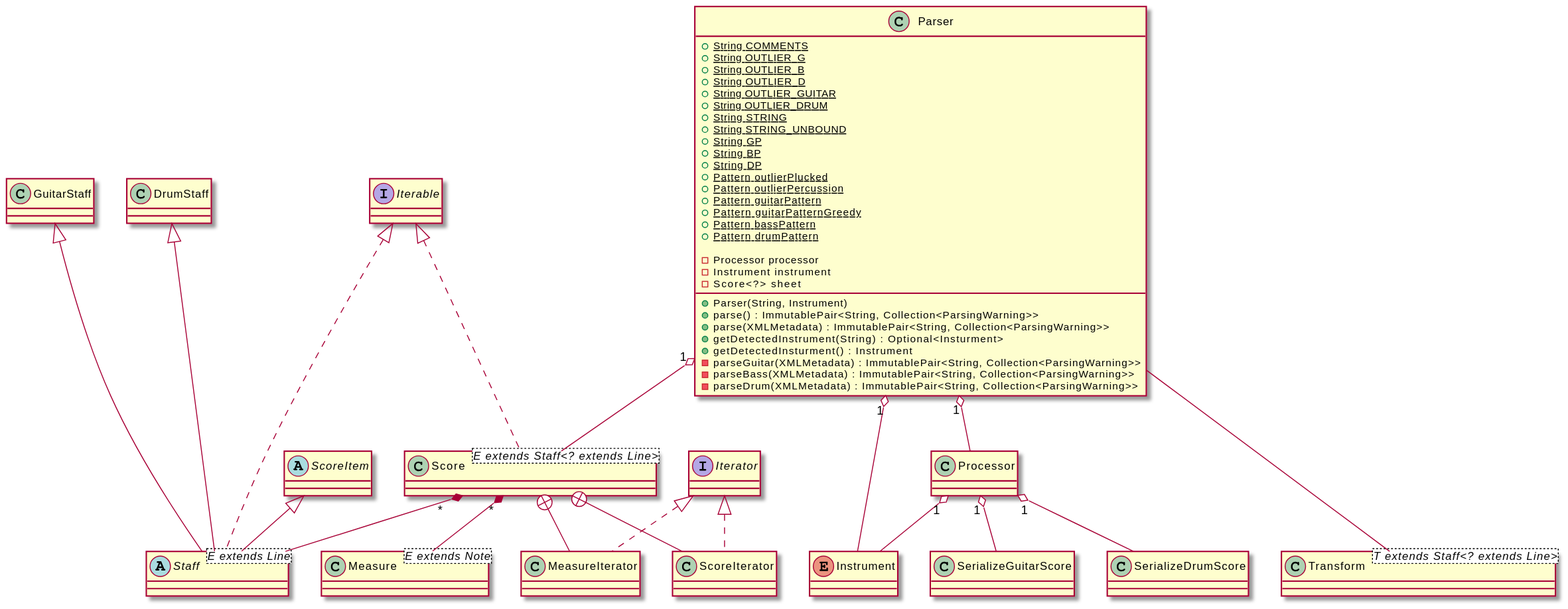
The PlantUML diagram Documentation/Diagrams/backend-parser-class-diagram-p1.svg in ahopk127/eecs2311-tab2xml, before a commit. Its diagram source:
```plantuml
@startuml
class Score<E extends Staff<? extends Line>> implements Iterable{}
abstract class Staff<E extends Line> extends ScoreItem implements Iterable{}
enum Instrument{}

class Parser {
  +{static} String COMMENTS
  +{static} String OUTLIER_G
  +{static} String OUTLIER_B
  +{static} String OUTLIER_D
  +{static} String OUTLIER_GUITAR
  +{static} String OUTLIER_DRUM
  +{static} String STRING
  +{static} String STRING_UNBOUND
  +{static} String GP
  +{static} String BP
  +{static} String DP
  +{static} Pattern outlierPlucked
  +{static} Pattern outlierPercussion
  +{static} Pattern guitarPattern
  +{static} Pattern guitarPatternGreedy
  +{static} Pattern bassPattern
  +{static} Pattern drumPattern

  -Processor processor
  -Instrument instrument
  -Score<?> sheet

  +Parser(String, Instrument)
  +parse() : ImmutablePair<String, Collection<ParsingWarning>>
  +parse(XMLMetadata) : ImmutablePair<String, Collection<ParsingWarning>>
  +getDetectedInstrument(String) : Optional<Insturment>
  +getDetectedInsturment() : Instrument
  -parseGuitar(XMLMetadata) : ImmutablePair<String, Collection<ParsingWarning>>
  -parseBass(XMLMetadata) : ImmutablePair<String, Collection<ParsingWarning>>
  -parseDrum(XMLMetadata) : ImmutablePair<String, Collection<ParsingWarning>>
}

class MeasureIterator implements Iterator{}
class ScoreIterator implements Iterator{}
class Measure<E extends Note>{}
class Transform<T extends Staff<? extends Line>>{}
abstract class ScoreItem{}

Parser "1" o-- Processor
GuitarStaff <|--- Staff
DrumStaff <|--- Staff
Processor "1" o-- SerializeGuitarScore
Processor "1" o-- SerializeDrumScore
Processor "1" o-- Instrument
Parser "1" o-- Instrument
Parser "1" o-- Score
Parser --- Transform
Score +-- ScoreIterator
Score +-- MeasureIterator
Score "*" *-- Measure
Score "*" *-- Staff
@enduml
```
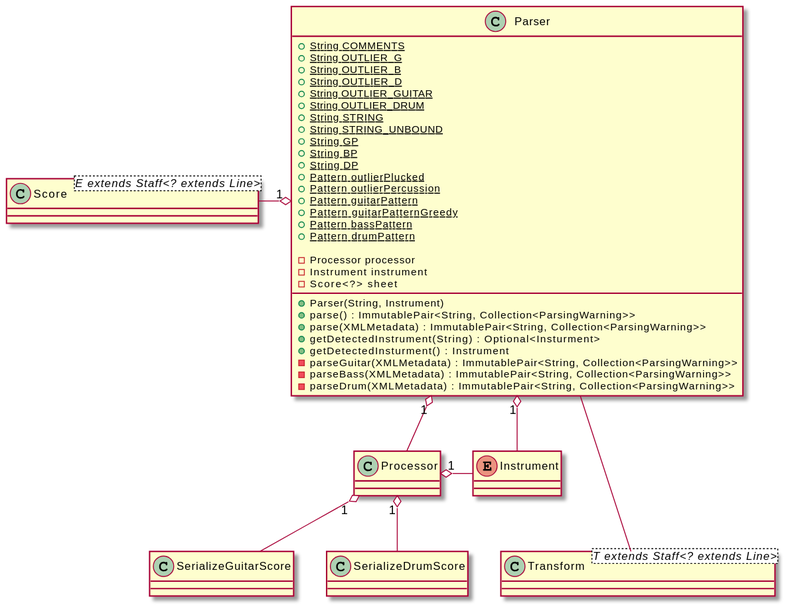
The same file after the commit.

Commit message:
backend diagram update

Diff of the diagram source:
```diff
@@ -1,8 +1,4 @@
 @startuml
-class Score<E extends Staff<? extends Line>> implements Iterable{}
-abstract class Staff<E extends Line> extends ScoreItem implements Iterable{}
-enum Instrument{}
-
 class Parser {
   +{static} String COMMENTS
   +{static} String OUTLIER_G
@@ -36,23 +32,17 @@
   -parseDrum(XMLMetadata) : ImmutablePair<String, Collection<ParsingWarning>>
 }
 
-class MeasureIterator implements Iterator{}
-class ScoreIterator implements Iterator{}
-class Measure<E extends Note>{}
+class SerializeGuitarScore {}
+class SerializeDrumScore {}
+enum Instrument{}
 class Transform<T extends Staff<? extends Line>>{}
-abstract class ScoreItem{}
+class Score<E extends Staff<? extends Line>> {}
 
 Parser "1" o-- Processor
-GuitarStaff <|--- Staff
-DrumStaff <|--- Staff
 Processor "1" o-- SerializeGuitarScore
 Processor "1" o-- SerializeDrumScore
-Processor "1" o-- Instrument
-Parser "1" o-- Instrument
-Parser "1" o-- Score
+Processor "1" o-right- Instrument
+Parser "1" o-right- Instrument
+Parser "1" o-left- Score
 Parser --- Transform
-Score +-- ScoreIterator
-Score +-- MeasureIterator
-Score "*" *-- Measure
-Score "*" *-- Staff
 @enduml
```
